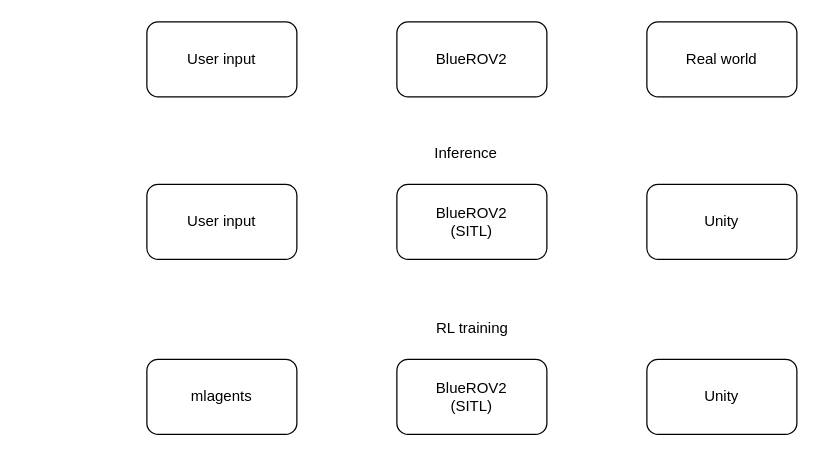
This is sitl.drawio from SAABmarine-MEX/saabmarineMEX_learning, a draw.io file, before an edit. Source tidied: cells renumbered, new cells numbered last; positions are measured from the earlier drawing's top-left corner, leaving out a move shared by most shapes. Both pictures are drawn from the tidied source at 125%, with x=0, y=0 at pixel (146, 21).
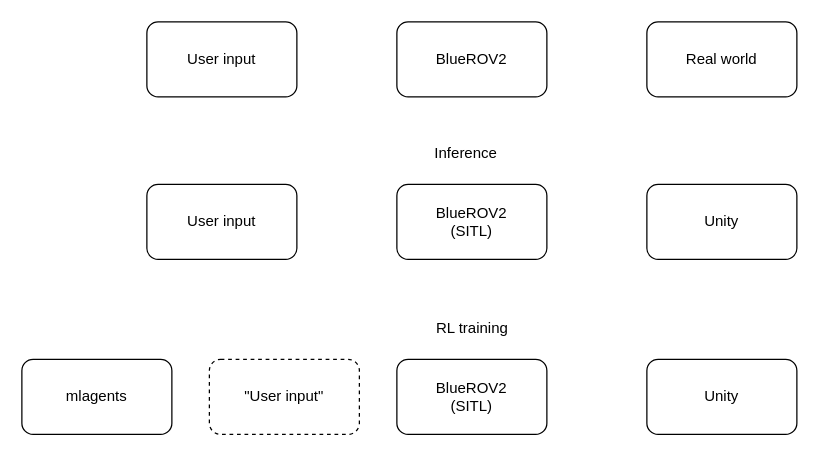
The same diagram, later.

The edit, as a diff of the source:
```diff
@@
 <mxGraphModel>
   <root>
     <mxCell id="0" />
     <mxCell id="1" parent="0" />
     <mxCell id="2" value="BlueROV2" style="rounded=1;whiteSpace=wrap;html=1;" parent="1" vertex="1">
       <mxGeometry x="200" width="120" height="60" as="geometry" />
     </mxCell>
     <mxCell id="3" value="User input" style="rounded=1;whiteSpace=wrap;html=1;" parent="1" vertex="1">
       <mxGeometry width="120" height="60" as="geometry" />
     </mxCell>
     <mxCell id="4" value="Real world" style="rounded=1;whiteSpace=wrap;html=1;" parent="1" vertex="1">
       <mxGeometry x="400" width="120" height="60" as="geometry" />
     </mxCell>
     <mxCell id="5" value="&lt;div&gt;BlueROV2&lt;br&gt;(SITL)&lt;/div&gt;" style="rounded=1;whiteSpace=wrap;html=1;" parent="1" vertex="1">
       <mxGeometry x="200" y="130" width="120" height="60" as="geometry" />
     </mxCell>
     <mxCell id="6" value="User input" style="rounded=1;whiteSpace=wrap;html=1;" parent="1" vertex="1">
       <mxGeometry y="130" width="120" height="60" as="geometry" />
     </mxCell>
     <mxCell id="7" value="Unity" style="rounded=1;whiteSpace=wrap;html=1;" parent="1" vertex="1">
       <mxGeometry x="400" y="130" width="120" height="60" as="geometry" />
     </mxCell>
     <mxCell id="8" value="&lt;div&gt;BlueROV2&lt;br&gt;(SITL)&lt;/div&gt;" style="rounded=1;whiteSpace=wrap;html=1;" parent="1" vertex="1">
       <mxGeometry x="200" y="270" width="120" height="60" as="geometry" />
     </mxCell>
     <mxCell id="9" value="mlagents" style="rounded=1;whiteSpace=wrap;html=1;" parent="1" vertex="1">
-      <mxGeometry y="270" width="120" height="60" as="geometry" />
+      <mxGeometry x="-100" y="270" width="120" height="60" as="geometry" />
     </mxCell>
     <mxCell id="10" value="Unity" style="rounded=1;whiteSpace=wrap;html=1;" parent="1" vertex="1">
       <mxGeometry x="400" y="270" width="120" height="60" as="geometry" />
     </mxCell>
     <mxCell id="11" value="RL training" style="text;html=1;align=center;verticalAlign=middle;strokeColor=none;fillColor=none;" parent="1" vertex="1">
       <mxGeometry x="220" y="230" width="80" height="30" as="geometry" />
     </mxCell>
     <mxCell id="12" value="Inference" style="text;html=1;align=center;verticalAlign=middle;strokeColor=none;fillColor=none;" parent="1" vertex="1">
       <mxGeometry x="220" y="90" width="70" height="30" as="geometry" />
     </mxCell>
+    <mxCell id="13" value="&quot;User input&quot;" style="rounded=1;whiteSpace=wrap;html=1;dashed=1;" parent="1" vertex="1">
+      <mxGeometry x="50" y="270" width="120" height="60" as="geometry" />
+    </mxCell>
   </root>
 </mxGraphModel>
```
